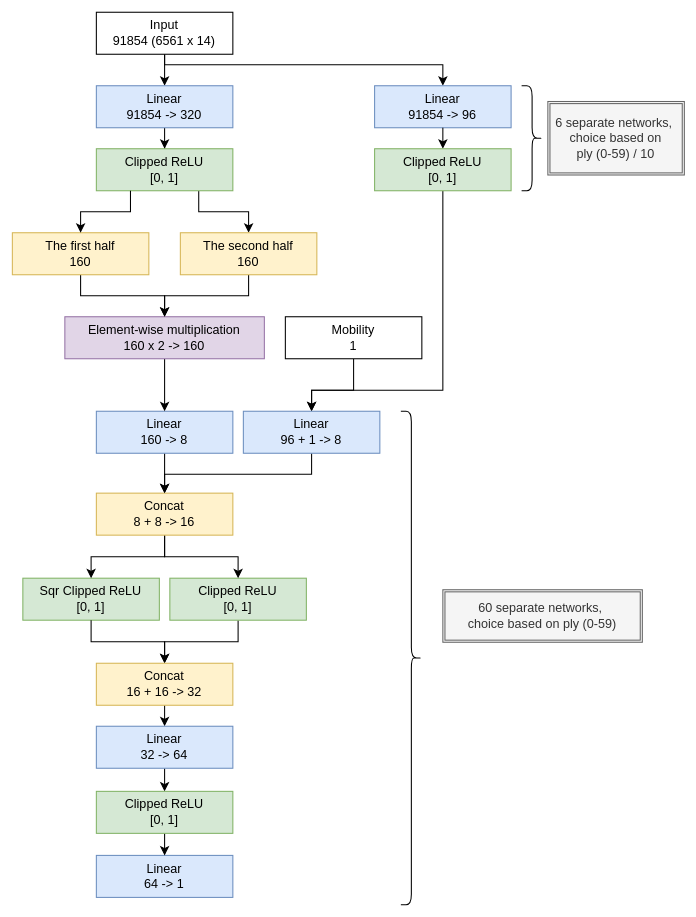
Before: docs/img/nn_architecture.svg, a diagram exported from draw.io (natsutteatsuiyone/neural-reversi). Source tidied: cells renumbered, new cells last; positions are measured from the earlier drawing's top-left corner, leaving out a move shared by most shapes.
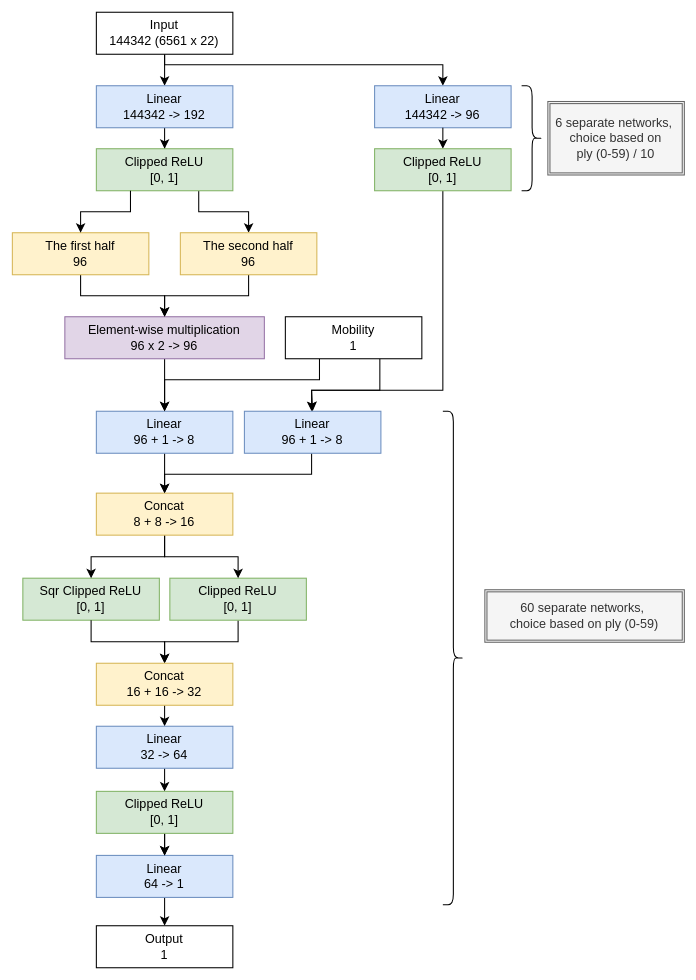
After the commit.

Diff of the diagram source:
```diff
@@ -13,13 +13,13 @@
         </Array>
       </mxGeometry>
     </mxCell>
-    <mxCell id="4" value="Input&lt;div&gt;91854 (6561 x 14)&lt;/div&gt;" style="rounded=0;whiteSpace=wrap;html=1;" parent="1" vertex="1">
+    <mxCell id="4" value="Input&lt;div&gt;144342 (6561 x 22)&lt;/div&gt;" style="rounded=0;whiteSpace=wrap;html=1;" parent="1" vertex="1">
       <mxGeometry x="80" width="130" height="40" as="geometry" />
     </mxCell>
     <mxCell id="5" style="edgeStyle=orthogonalEdgeStyle;rounded=0;jettySize=auto;html=1;" parent="1" edge="1" source="6" target="40">
       <mxGeometry relative="1" as="geometry" />
     </mxCell>
-    <mxCell id="6" value="Linear&lt;br&gt;160 -&amp;gt; 8" style="rounded=0;whiteSpace=wrap;html=1;fillColor=#dae8fc;strokeColor=#6c8ebf;" parent="1" vertex="1">
+    <mxCell id="6" value="Linear&lt;br&gt;96 + 1 -&amp;gt; 8" style="rounded=0;whiteSpace=wrap;html=1;fillColor=#dae8fc;strokeColor=#6c8ebf;" parent="1" vertex="1">
       <mxGeometry x="80" y="380" width="130" height="40" as="geometry" />
     </mxCell>
     <mxCell id="7" style="edgeStyle=orthogonalEdgeStyle;rounded=0;orthogonalLoop=1;jettySize=auto;html=1;entryX=0.5;entryY=0;entryDx=0;entryDy=0;" parent="1" edge="1">
@@ -37,24 +37,32 @@
       <mxGeometry x="80" y="680" width="130" height="40" as="geometry" />
     </mxCell>
     <mxCell id="11" style="shape=curlyBracket;whiteSpace=wrap;html=1;rounded=1;flipH=1;" parent="1" vertex="1">
-      <mxGeometry x="370" y="380" width="20" height="470" as="geometry" />
+      <mxGeometry x="410" y="380" width="20" height="470" as="geometry" />
     </mxCell>
     <mxCell id="12" value="60 separate networks,&amp;nbsp;&lt;div&gt;choice based on ply (0-59)&lt;/div&gt;" style="shape=ext;double=1;rounded=0;whiteSpace=wrap;html=1;fillColor=#f5f5f5;fontColor=#333333;strokeColor=#666666;" parent="1" vertex="1">
-      <mxGeometry x="410" y="550" width="190" height="50" as="geometry" />
+      <mxGeometry x="450" y="550" width="190" height="50" as="geometry" />
     </mxCell>
+    <mxCell id="45" style="edgeStyle=orthogonalEdgeStyle;rounded=0;jettySize=auto;html=1;" parent="1" edge="1" source="13">
+      <mxGeometry relative="1" as="geometry">
+        <mxPoint x="145" y="870" as="targetPoint" />
+      </mxGeometry>
+    </mxCell>
     <mxCell id="13" value="Linear&lt;br&gt;64 -&amp;gt; 1" style="rounded=0;whiteSpace=wrap;html=1;fillColor=#dae8fc;strokeColor=#6c8ebf;" parent="1" vertex="1">
       <mxGeometry x="80" y="803" width="130" height="40" as="geometry" />
     </mxCell>
     <mxCell id="14" style="edgeStyle=orthogonalEdgeStyle;rounded=0;jettySize=auto;html=1;" parent="1" edge="1" source="15" target="13">
       <mxGeometry relative="1" as="geometry" />
     </mxCell>
+    <mxCell id="46" style="edgeStyle=orthogonalEdgeStyle;rounded=0;jettySize=auto;html=1;" parent="1" edge="1" source="15" target="13">
+      <mxGeometry relative="1" as="geometry" />
+    </mxCell>
     <mxCell id="15" value="Clipped ReLU&lt;div&gt;[0, 1]&lt;/div&gt;" style="rounded=0;whiteSpace=wrap;html=1;fillColor=#d5e8d4;strokeColor=#82b366;" parent="1" vertex="1">
       <mxGeometry x="80" y="742" width="130" height="40" as="geometry" />
     </mxCell>
     <mxCell id="16" style="edgeStyle=orthogonalEdgeStyle;rounded=0;jettySize=auto;html=1;entryX=0.5;entryY=0;entryDx=0;entryDy=0;" parent="1" edge="1" source="17" target="19">
       <mxGeometry relative="1" as="geometry" />
     </mxCell>
-    <mxCell id="17" value="Linear&lt;br&gt;91854 -&amp;gt; 320" style="rounded=0;whiteSpace=wrap;html=1;fillColor=#dae8fc;strokeColor=#6c8ebf;" parent="1" vertex="1">
+    <mxCell id="17" value="Linear&lt;br&gt;144342 -&amp;gt; 192" style="rounded=0;whiteSpace=wrap;html=1;fillColor=#dae8fc;strokeColor=#6c8ebf;" parent="1" vertex="1">
       <mxGeometry x="80" y="70" width="130" height="40" as="geometry" />
     </mxCell>
     <mxCell id="18" style="edgeStyle=orthogonalEdgeStyle;rounded=0;jettySize=auto;html=1;entryX=0.5;entryY=0;entryDx=0;entryDy=0;exitX=0.75;exitY=1;exitDx=0;exitDy=0;" parent="1" edge="1" source="19" target="28">
@@ -66,7 +74,7 @@
     <mxCell id="20" style="edgeStyle=orthogonalEdgeStyle;rounded=0;jettySize=auto;html=1;exitX=0.5;exitY=1;exitDx=0;exitDy=0;entryX=0.5;entryY=0;entryDx=0;entryDy=0;" parent="1" edge="1" source="21" target="6">
       <mxGeometry relative="1" as="geometry" />
     </mxCell>
-    <mxCell id="21" value="Element-wise multiplication&lt;div&gt;160 x 2 -&amp;gt; 160&lt;/div&gt;" style="rounded=0;whiteSpace=wrap;html=1;fillColor=#e1d5e7;strokeColor=#9673a6;" parent="1" vertex="1">
+    <mxCell id="21" value="Element-wise multiplication&lt;div&gt;96 x 2 -&amp;gt; 96&lt;/div&gt;" style="rounded=0;whiteSpace=wrap;html=1;fillColor=#e1d5e7;strokeColor=#9673a6;" parent="1" vertex="1">
       <mxGeometry x="50" y="290" width="190" height="40" as="geometry" />
     </mxCell>
     <mxCell id="22" value="Sqr Clipped ReLU&lt;div&gt;[0, 1]&lt;/div&gt;" style="rounded=0;whiteSpace=wrap;html=1;fillColor=#d5e8d4;strokeColor=#82b366;" parent="1" vertex="1">
@@ -81,19 +89,19 @@
     <mxCell id="25" style="edgeStyle=orthogonalEdgeStyle;rounded=0;jettySize=auto;html=1;" parent="1" edge="1" source="26" target="21">
       <mxGeometry relative="1" as="geometry" />
     </mxCell>
-    <mxCell id="26" value="&lt;div&gt;The first half&lt;/div&gt;160" style="rounded=0;whiteSpace=wrap;html=1;fillColor=#fff2cc;strokeColor=#d6b656;" parent="1" vertex="1">
+    <mxCell id="26" value="&lt;div&gt;The first half&lt;/div&gt;96" style="rounded=0;whiteSpace=wrap;html=1;fillColor=#fff2cc;strokeColor=#d6b656;" parent="1" vertex="1">
       <mxGeometry y="210" width="130" height="40" as="geometry" />
     </mxCell>
     <mxCell id="27" style="edgeStyle=orthogonalEdgeStyle;rounded=0;jettySize=auto;html=1;entryX=0.5;entryY=0;entryDx=0;entryDy=0;" parent="1" edge="1" source="28" target="21">
       <mxGeometry relative="1" as="geometry" />
     </mxCell>
-    <mxCell id="28" value="&lt;div&gt;The second half&lt;/div&gt;160" style="rounded=0;whiteSpace=wrap;html=1;fillColor=#fff2cc;strokeColor=#d6b656;" parent="1" vertex="1">
+    <mxCell id="28" value="&lt;div&gt;The second half&lt;/div&gt;96" style="rounded=0;whiteSpace=wrap;html=1;fillColor=#fff2cc;strokeColor=#d6b656;" parent="1" vertex="1">
       <mxGeometry x="160" y="210" width="130" height="40" as="geometry" />
     </mxCell>
     <mxCell id="29" style="edgeStyle=orthogonalEdgeStyle;rounded=0;jettySize=auto;html=1;entryX=0.5;entryY=0;entryDx=0;entryDy=0;exitX=0.25;exitY=1;exitDx=0;exitDy=0;" parent="1" edge="1" source="19" target="26">
       <mxGeometry relative="1" as="geometry" />
     </mxCell>
-    <mxCell id="30" value="Linear&lt;br&gt;91854 -&amp;gt; 96" style="rounded=0;whiteSpace=wrap;html=1;fillColor=#dae8fc;strokeColor=#6c8ebf;" parent="1" vertex="1">
+    <mxCell id="30" value="Linear&lt;br&gt;144342 -&amp;gt; 96" style="rounded=0;whiteSpace=wrap;html=1;fillColor=#dae8fc;strokeColor=#6c8ebf;" parent="1" vertex="1">
       <mxGeometry x="345" y="70" width="130" height="40" as="geometry" />
     </mxCell>
     <mxCell id="31" style="edgeStyle=orthogonalEdgeStyle;rounded=0;jettySize=auto;html=1;entryX=0.5;entryY=0;entryDx=0;entryDy=0;exitX=0.5;exitY=1;exitDx=0;exitDy=0;" parent="1" edge="1" source="30" target="33">
@@ -119,11 +127,19 @@
     <mxCell id="36" style="edgeStyle=orthogonalEdgeStyle;rounded=0;jettySize=auto;html=1;entryX=0.5;entryY=0;entryDx=0;entryDy=0;" parent="1" edge="1" source="37" target="42">
       <mxGeometry relative="1" as="geometry">
         <Array as="points">
-          <mxPoint x="325" y="360" />
+          <mxPoint x="350" y="360" />
           <mxPoint x="285" y="360" />
         </Array>
       </mxGeometry>
     </mxCell>
+    <mxCell id="47" style="edgeStyle=orthogonalEdgeStyle;rounded=0;jettySize=auto;html=1;exitX=0.25;exitY=1;exitDx=0;exitDy=0;entryX=0.5;entryY=0;entryDx=0;entryDy=0;" parent="1" edge="1" source="37" target="6">
+      <mxGeometry relative="1" as="geometry">
+        <Array as="points">
+          <mxPoint x="293" y="350" />
+          <mxPoint x="145" y="350" />
+        </Array>
+      </mxGeometry>
+    </mxCell>
     <mxCell id="37" value="Mobility&lt;br&gt;&lt;div&gt;1&lt;/div&gt;" style="rounded=0;whiteSpace=wrap;html=1;" parent="1" vertex="1">
       <mxGeometry x="260" y="290" width="130" height="40" as="geometry" />
     </mxCell>
@@ -145,7 +161,7 @@
       </mxGeometry>
     </mxCell>
     <mxCell id="42" value="Linear&lt;br&gt;96 + 1 -&amp;gt; 8" style="rounded=0;whiteSpace=wrap;html=1;fillColor=#dae8fc;strokeColor=#6c8ebf;" parent="1" vertex="1">
-      <mxGeometry x="220" y="380" width="130" height="40" as="geometry" />
+      <mxGeometry x="221" y="380" width="130" height="40" as="geometry" />
     </mxCell>
     <mxCell id="43" style="edgeStyle=orthogonalEdgeStyle;rounded=0;jettySize=auto;html=1;entryX=0.5;entryY=0;entryDx=0;entryDy=0;exitX=0.5;exitY=1;exitDx=0;exitDy=0;" parent="1" edge="1" source="22" target="44">
       <mxGeometry relative="1" as="geometry" />
@@ -153,5 +169,8 @@
     <mxCell id="44" value="&lt;div&gt;Concat&lt;/div&gt;16 + 16 -&amp;gt; 32" style="rounded=0;whiteSpace=wrap;html=1;fillColor=#fff2cc;strokeColor=#d6b656;" parent="1" vertex="1">
       <mxGeometry x="80" y="620" width="130" height="40" as="geometry" />
     </mxCell>
+    <mxCell id="48" value="Output&lt;div&gt;1&lt;/div&gt;" style="rounded=0;whiteSpace=wrap;html=1;" parent="1" vertex="1">
+      <mxGeometry x="80" y="870" width="130" height="40" as="geometry" />
+    </mxCell>
   </root>
 </mxGraphModel>
```
